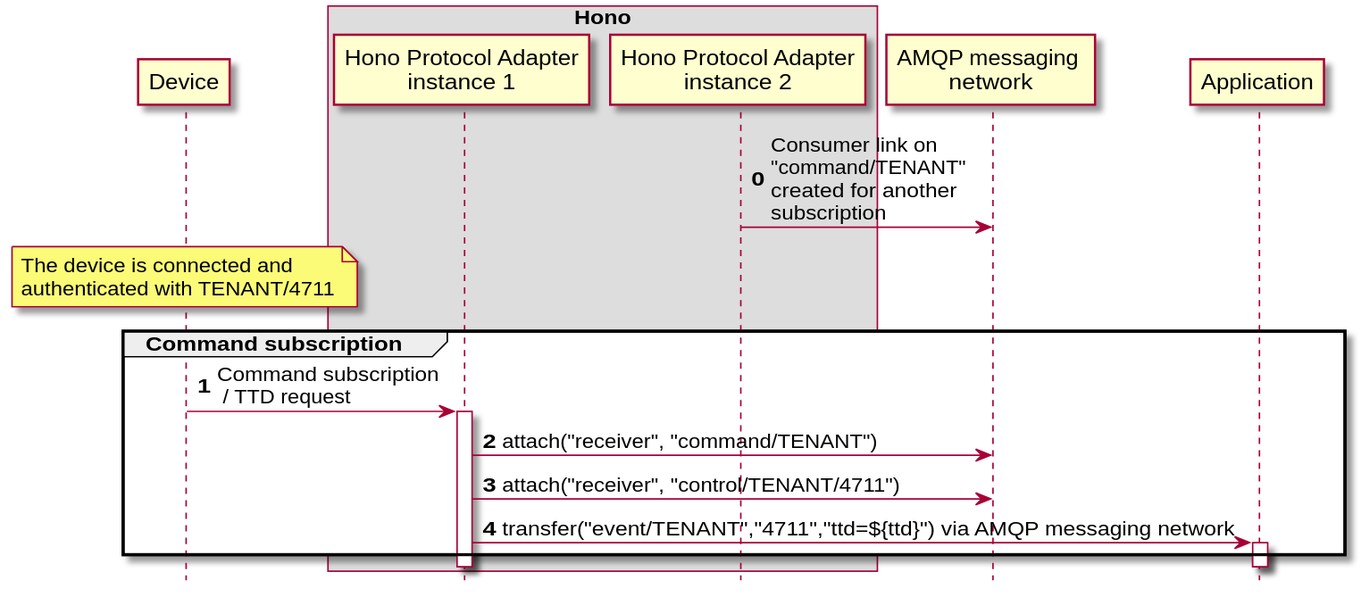
eclipse-hono/hono keeps this PlantUML diagram as site/documentation/content/concepts/command_control_concept_delegate_1.svg. Above is the earlier version. The source it was exported from:
```plantuml
@startuml
scale 1.2
hide footbox

participant Device order 10
box "Hono"
    participant "Hono Protocol Adapter\ninstance 1" order 30
    participant "Hono Protocol Adapter\ninstance 2" order 40
end box
participant "AMQP messaging \nnetwork" order 60
participant Application order 70

autonumber 0

"Hono Protocol Adapter\ninstance 2" -> "AMQP messaging \nnetwork": Consumer link on \n"command/TENANT"\ncreated for another \nsubscription

note over Device
The device is connected and
authenticated with TENANT/4711
end note

group Command subscription

    Device -> "Hono Protocol Adapter\ninstance 1": Command subscription\n / TTD request
    activate "Hono Protocol Adapter\ninstance 1"

    "Hono Protocol Adapter\ninstance 1" -> "AMQP messaging \nnetwork": attach("receiver", "command/TENANT")
    "Hono Protocol Adapter\ninstance 1" -> "AMQP messaging \nnetwork": attach("receiver", "control/TENANT/4711")

    "Hono Protocol Adapter\ninstance 1" -> Application: transfer("event/TENANT","4711","ttd=${ttd}")  via AMQP messaging network
    activate Application
end
@enduml
```
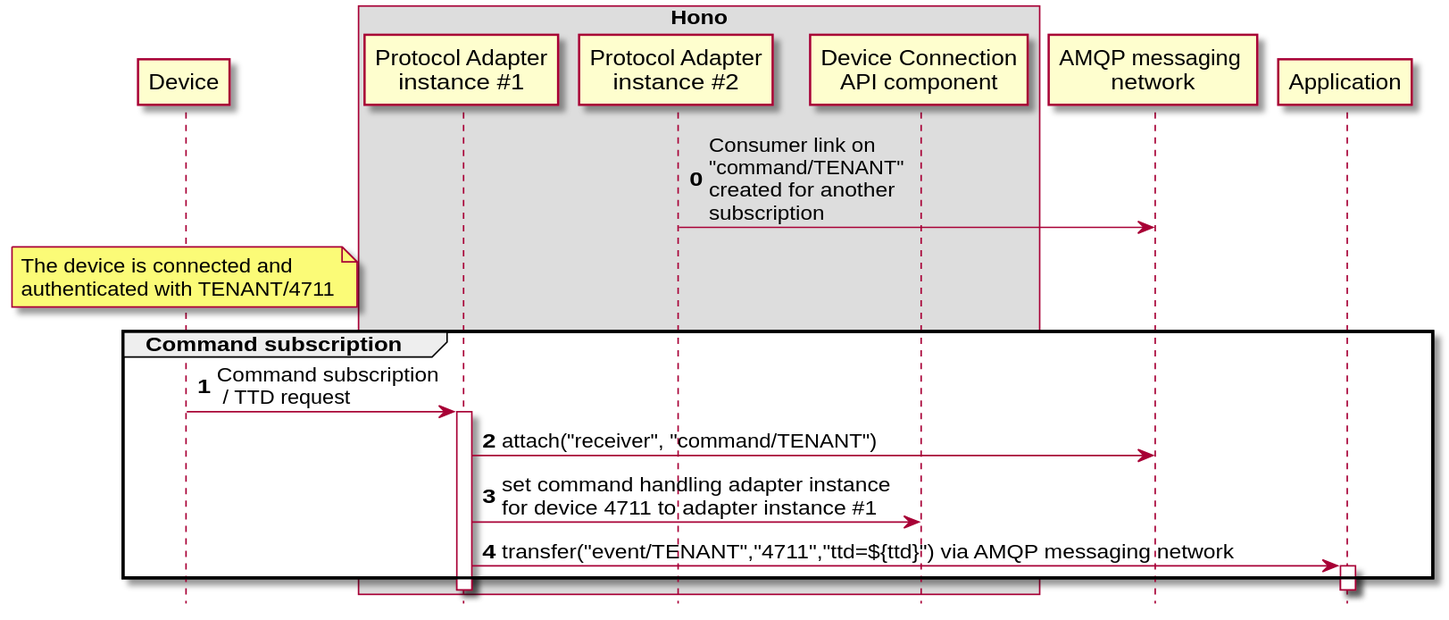
The same diagram one commit later.

The edit, as a diff of the source:
```diff
@@ -4,15 +4,16 @@
 
 participant Device order 10
 box "Hono"
-    participant "Hono Protocol Adapter\ninstance 1" order 30
-    participant "Hono Protocol Adapter\ninstance 2" order 40
+    participant "Protocol Adapter\ninstance #1" order 30
+    participant "Protocol Adapter\ninstance #2" order 40
+    participant "Device Connection\nAPI component" order 50
 end box
 participant "AMQP messaging \nnetwork" order 60
 participant Application order 70
 
 autonumber 0
 
-"Hono Protocol Adapter\ninstance 2" -> "AMQP messaging \nnetwork": Consumer link on \n"command/TENANT"\ncreated for another \nsubscription
+"Protocol Adapter\ninstance #2" -> "AMQP messaging \nnetwork": Consumer link on \n"command/TENANT"\ncreated for another \nsubscription
 
 note over Device
 The device is connected and
@@ -21,13 +22,13 @@
 
 group Command subscription
 
-    Device -> "Hono Protocol Adapter\ninstance 1": Command subscription\n / TTD request
-    activate "Hono Protocol Adapter\ninstance 1"
+    Device -> "Protocol Adapter\ninstance #1": Command subscription\n / TTD request
+    activate "Protocol Adapter\ninstance #1"
 
-    "Hono Protocol Adapter\ninstance 1" -> "AMQP messaging \nnetwork": attach("receiver", "command/TENANT")
-    "Hono Protocol Adapter\ninstance 1" -> "AMQP messaging \nnetwork": attach("receiver", "control/TENANT/4711")
+    "Protocol Adapter\ninstance #1" -> "AMQP messaging \nnetwork": attach("receiver", "command/TENANT")
+    "Protocol Adapter\ninstance #1" -> "Device Connection\nAPI component": set command handling adapter instance \nfor device 4711 to adapter instance #1
 
-    "Hono Protocol Adapter\ninstance 1" -> Application: transfer("event/TENANT","4711","ttd=${ttd}")  via AMQP messaging network
+    "Protocol Adapter\ninstance #1" -> Application: transfer("event/TENANT","4711","ttd=${ttd}")  via AMQP messaging network
     activate Application
 end
 @enduml
```
